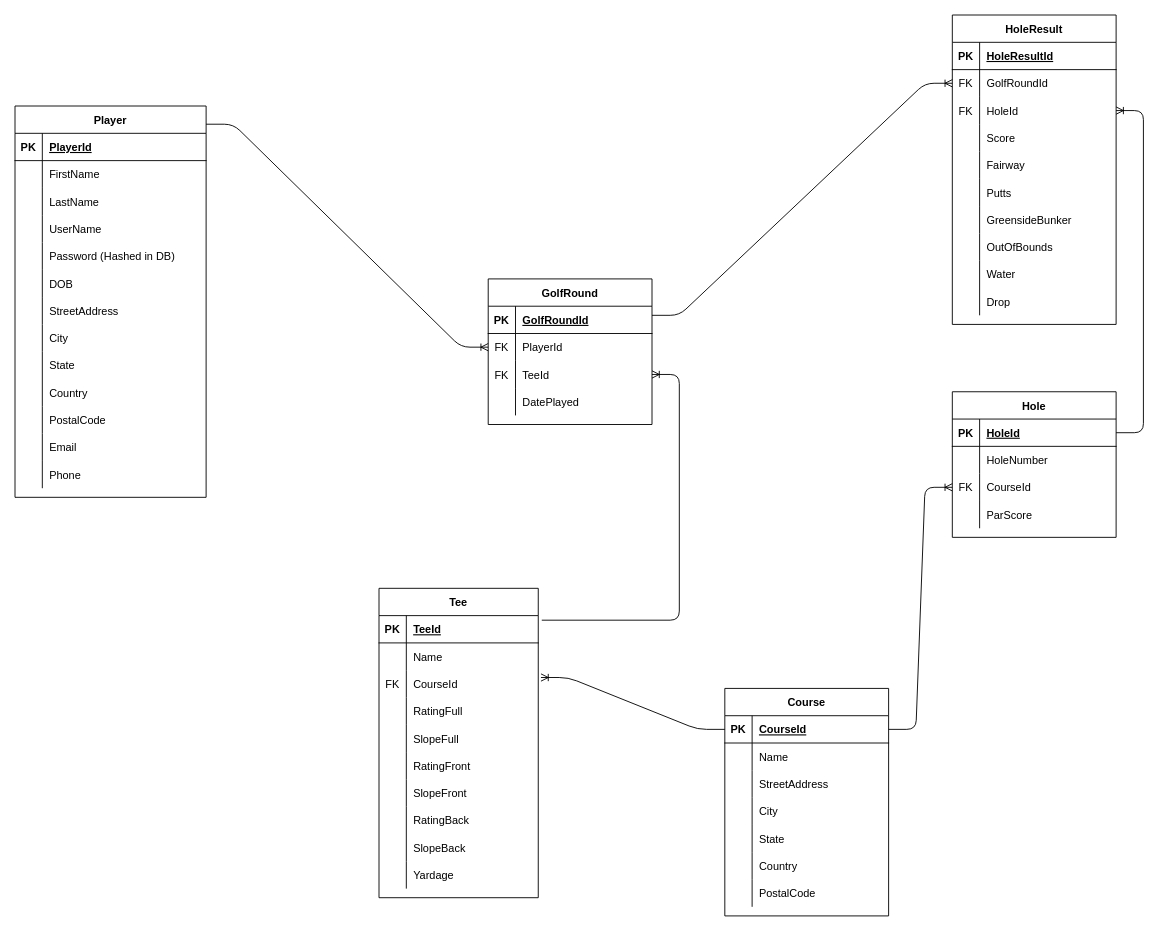
Earlier version of the draw.io diagram page "Page-3" (3 of 3) of GolfAppDatabaseDesign.drawio (wcmichaels/HandicapTracker). Source tidied: cells renumbered, new cells numbered last; positions are measured from the earlier drawing's top-left corner, leaving out a move shared by most shapes. Both pictures are drawn from the tidied source at 91%, with x=0, y=0 at pixel (15, 15).
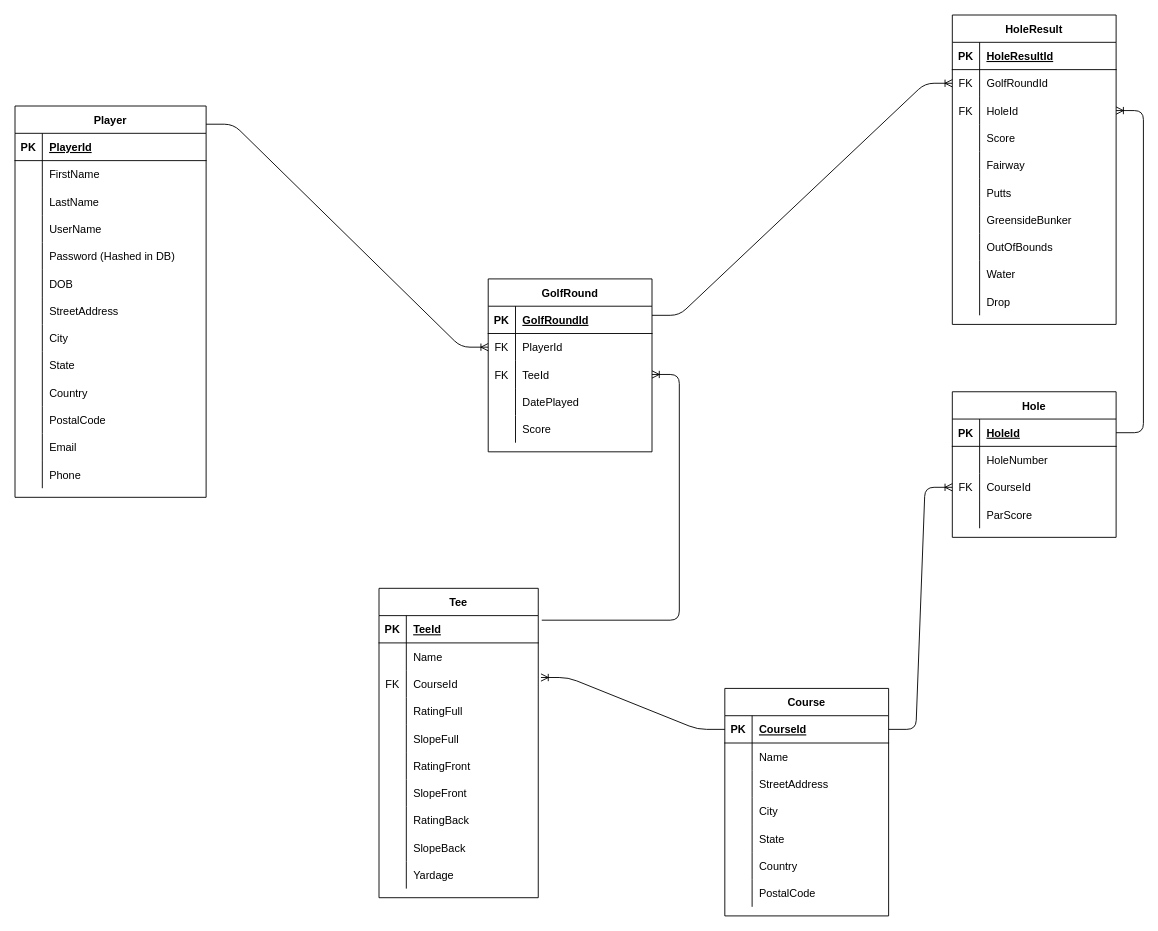
The same diagram, later.

What changed in the source:
```diff
@@
     <mxCell id="108" value="GolfRound" style="shape=table;startSize=30;childLayout=tableLayout;rowLines=0;fontStyle=1;align=center;" parent="1" vertex="1">
-      <mxGeometry x="520" y="290" width="180" height="160" as="geometry" />
+      <mxGeometry x="520" y="290" width="180" height="190" as="geometry" />
     </mxCell>
@@
+    <mxCell id="158" style="shape=partialRectangle;fillColor=none;top=0;left=0;bottom=0;right=0;" parent="108" vertex="1">
+      <mxGeometry y="150" width="180" height="30" as="geometry" />
+    </mxCell>
+    <mxCell id="159" style="shape=partialRectangle;fillColor=none;top=0;left=0;bottom=0;right=0;overflow=hidden;" parent="158" vertex="1">
+      <mxGeometry width="30" height="30" as="geometry" />
+    </mxCell>
+    <mxCell id="160" value="Score" style="shape=partialRectangle;fillColor=none;top=0;left=0;bottom=0;right=0;align=left;spacingLeft=6;overflow=hidden;" parent="158" vertex="1">
+      <mxGeometry x="30" width="150" height="30" as="geometry" />
+    </mxCell>
```
